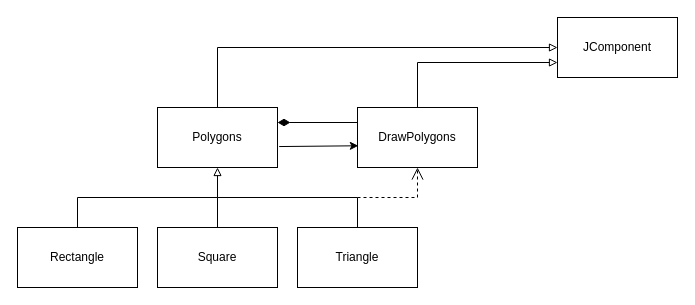
Above: block41.drawio in Affekaffe/block41exercise (draw.io), before the change. Source tidied: cells renumbered, new cells numbered last; positions are measured from the earlier drawing's top-left corner, leaving out a move shared by most shapes. Both pictures are drawn from the tidied source at 100%, with x=0, y=0 at pixel (17, 17).
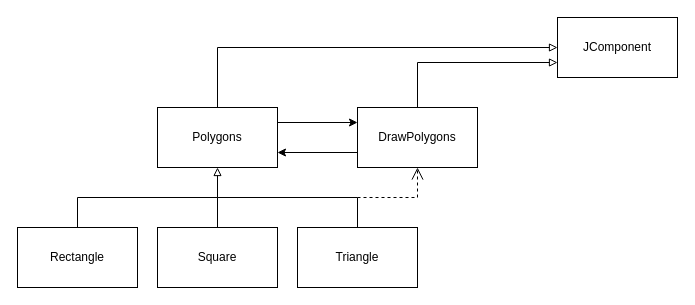
After the change.

Unchanged cells that the change refers to:
```xml
<mxCell id="2" value="DrawPolygons" style="rounded=0;whiteSpace=wrap;html=1;" parent="1" vertex="1">
  <mxGeometry x="340" y="90" width="120" height="60" as="geometry" />
</mxCell>
<mxCell id="3" value="Polygons" style="rounded=0;whiteSpace=wrap;html=1;" parent="1" vertex="1">
  <mxGeometry x="140" y="90" width="120" height="60" as="geometry" />
</mxCell>
```

Diff of the diagram source:
```diff
@@
-    <mxCell id="13" style="endArrow=diamondThin;html=1;rounded=0;exitX=0;exitY=0.25;exitDx=0;exitDy=0;endFill=1;endSize=10;entryX=1;entryY=0.25;entryDx=0;entryDy=0;" parent="1" edge="1" source="2" target="3">
+    <mxCell id="13" style="endArrow=classic;html=1;rounded=0;exitX=1;exitY=0.25;exitDx=0;exitDy=0;endFill=1;endSize=6;entryX=0;entryY=0.25;entryDx=0;entryDy=0;" parent="1" edge="1" source="3" target="2">
       <mxGeometry relative="1" as="geometry" />
     </mxCell>
@@
-    <mxCell id="15" style="endArrow=classic;html=1;rounded=0;exitX=1.014;exitY=0.651;exitDx=0;exitDy=0;exitPerimeter=0;entryX=0.007;entryY=0.638;entryDx=0;entryDy=0;entryPerimeter=0;" parent="1" edge="1" source="3" target="2">
+    <mxCell id="15" style="endArrow=classic;html=1;rounded=0;exitX=0;exitY=0.75;exitDx=0;exitDy=0;entryX=1;entryY=0.75;entryDx=0;entryDy=0;" parent="1" edge="1" source="2" target="3">
       <mxGeometry relative="1" as="geometry" />
     </mxCell>
```
